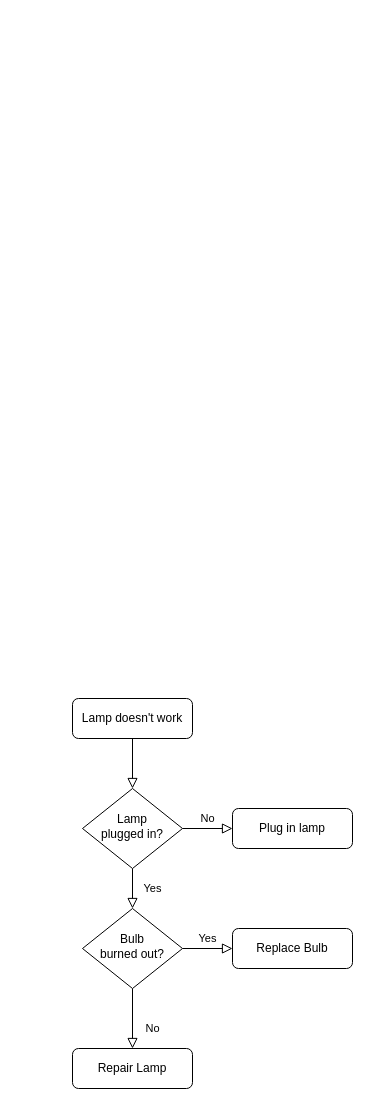
Above: 区域统计.drawio in ninexy/SpringcloudConfig-1 (draw.io), before the change. Source tidied: cells renumbered, new cells numbered last; positions are measured from the earlier drawing's top-left corner, leaving out a move shared by most shapes. Both pictures are drawn from the tidied source at 100%, with x=0, y=0 at pixel (72, 698).
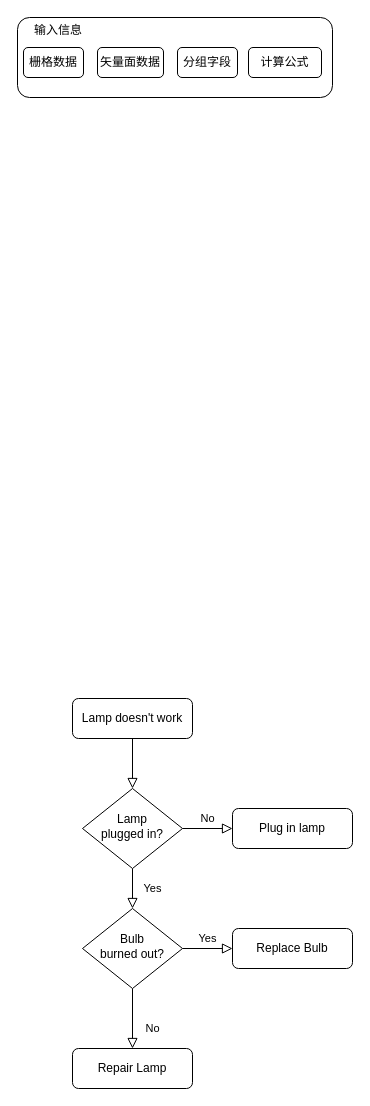
The same page after the edit.

What changed in the source:
```diff
@@
 <mxGraphModel>
   <root>
     <mxCell id="0" />
     <mxCell id="1" parent="0" />
     <mxCell id="2" style="rounded=0;html=1;jettySize=auto;fontSize=11;endArrow=block;endFill=0;endSize=8;strokeWidth=1;shadow=0;labelBackgroundColor=none;edgeStyle=orthogonalEdgeStyle;" parent="1" edge="1" source="3" target="6">
       <mxGeometry relative="1" as="geometry" />
     </mxCell>
     <mxCell id="3" value="Lamp doesn't work" style="rounded=1;whiteSpace=wrap;html=1;fontSize=12;glass=0;strokeWidth=1;shadow=0;" parent="1" vertex="1">
       <mxGeometry width="120" height="40" as="geometry" />
     </mxCell>
     <mxCell id="4" value="Yes" style="rounded=0;html=1;jettySize=auto;fontSize=11;endArrow=block;endFill=0;endSize=8;strokeWidth=1;shadow=0;labelBackgroundColor=none;edgeStyle=orthogonalEdgeStyle;" parent="1" edge="1" source="6" target="10">
       <mxGeometry y="20" relative="1" as="geometry" />
     </mxCell>
     <mxCell id="5" value="No" style="edgeStyle=orthogonalEdgeStyle;rounded=0;html=1;jettySize=auto;fontSize=11;endArrow=block;endFill=0;endSize=8;strokeWidth=1;shadow=0;labelBackgroundColor=none;" parent="1" edge="1" source="6" target="7">
       <mxGeometry y="10" relative="1" as="geometry" />
     </mxCell>
     <mxCell id="6" value="Lamp&lt;br&gt;plugged in?" style="rhombus;whiteSpace=wrap;html=1;shadow=0;fontFamily=Helvetica;fontSize=12;align=center;strokeWidth=1;spacing=6;spacingTop=-4;" parent="1" vertex="1">
       <mxGeometry x="10" y="90" width="100" height="80" as="geometry" />
     </mxCell>
     <mxCell id="7" value="Plug in lamp" style="rounded=1;whiteSpace=wrap;html=1;fontSize=12;glass=0;strokeWidth=1;shadow=0;" parent="1" vertex="1">
       <mxGeometry x="160" y="110" width="120" height="40" as="geometry" />
     </mxCell>
     <mxCell id="8" value="No" style="rounded=0;html=1;jettySize=auto;fontSize=11;endArrow=block;endFill=0;endSize=8;strokeWidth=1;shadow=0;labelBackgroundColor=none;edgeStyle=orthogonalEdgeStyle;" parent="1" edge="1" source="10" target="11">
       <mxGeometry x="0.33" y="20" relative="1" as="geometry" />
     </mxCell>
     <mxCell id="9" value="Yes" style="edgeStyle=orthogonalEdgeStyle;rounded=0;html=1;jettySize=auto;fontSize=11;endArrow=block;endFill=0;endSize=8;strokeWidth=1;shadow=0;labelBackgroundColor=none;" parent="1" edge="1" source="10" target="12">
       <mxGeometry y="10" relative="1" as="geometry" />
     </mxCell>
     <mxCell id="10" value="Bulb&lt;br&gt;burned out?" style="rhombus;whiteSpace=wrap;html=1;shadow=0;fontFamily=Helvetica;fontSize=12;align=center;strokeWidth=1;spacing=6;spacingTop=-4;" parent="1" vertex="1">
       <mxGeometry x="10" y="210" width="100" height="80" as="geometry" />
     </mxCell>
     <mxCell id="11" value="Repair Lamp" style="rounded=1;whiteSpace=wrap;html=1;fontSize=12;glass=0;strokeWidth=1;shadow=0;" parent="1" vertex="1">
       <mxGeometry y="350" width="120" height="40" as="geometry" />
     </mxCell>
     <mxCell id="12" value="Replace Bulb" style="rounded=1;whiteSpace=wrap;html=1;fontSize=12;glass=0;strokeWidth=1;shadow=0;" parent="1" vertex="1">
       <mxGeometry x="160" y="230" width="120" height="40" as="geometry" />
     </mxCell>
+    <mxCell id="13" style="rounded=1;whiteSpace=wrap;html=1;fontSize=12;glass=0;strokeWidth=1;shadow=0;align=left;fillColor=none;" parent="1" vertex="1">
+      <mxGeometry x="-55" y="-681" width="315" height="80" as="geometry" />
+    </mxCell>
+    <mxCell id="14" value="输入信息" style="text;html=1;strokeColor=none;fillColor=none;align=center;verticalAlign=middle;whiteSpace=wrap;rounded=0;" parent="1" vertex="1">
+      <mxGeometry x="-49" y="-678" width="70" height="20" as="geometry" />
+    </mxCell>
+    <mxCell id="15" value="栅格数据" style="rounded=1;whiteSpace=wrap;html=1;" parent="1" vertex="1">
+      <mxGeometry x="-49" y="-651" width="60" height="30" as="geometry" />
+    </mxCell>
+    <mxCell id="16" value="计算公式" style="rounded=1;whiteSpace=wrap;html=1;" parent="1" vertex="1">
+      <mxGeometry x="176" y="-651" width="73" height="30" as="geometry" />
+    </mxCell>
+    <mxCell id="17" value="矢量面数据" style="rounded=1;whiteSpace=wrap;html=1;" parent="1" vertex="1">
+      <mxGeometry x="25" y="-651" width="66" height="30" as="geometry" />
+    </mxCell>
+    <mxCell id="18" value="分组字段" style="rounded=1;whiteSpace=wrap;html=1;" parent="1" vertex="1">
+      <mxGeometry x="105" y="-651" width="60" height="30" as="geometry" />
+    </mxCell>
   </root>
 </mxGraphModel>
```
